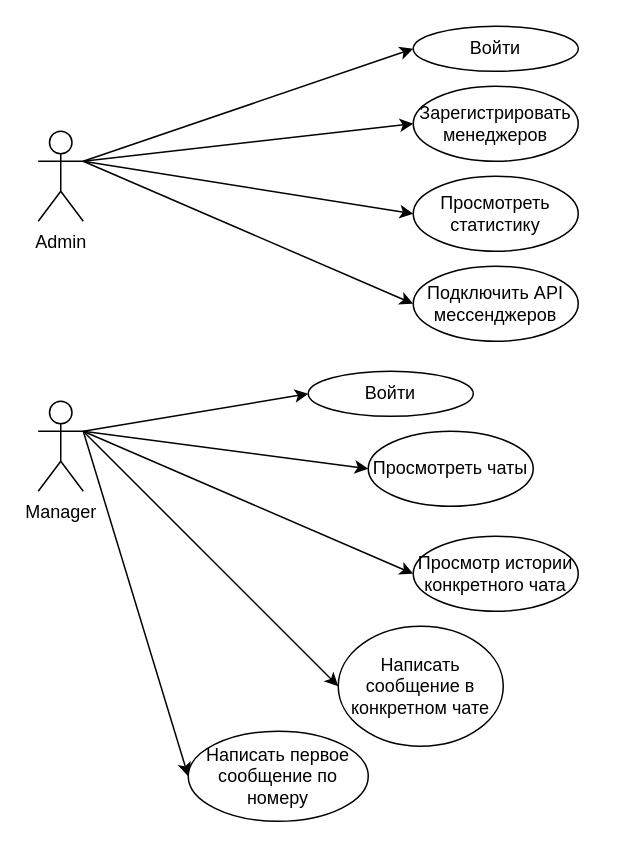
Earlier version of the draw.io diagram Технология разработки программного обеспечения/лабы/1 Диаграмма вариантов использования.drawio (KartoonYoko/7-term). Source tidied: cells renumbered, new cells numbered last; positions are measured from the earlier drawing's top-left corner, leaving out a move shared by most shapes. Both pictures are drawn from the tidied source at 150%, with x=0, y=0 at pixel (38, 26).
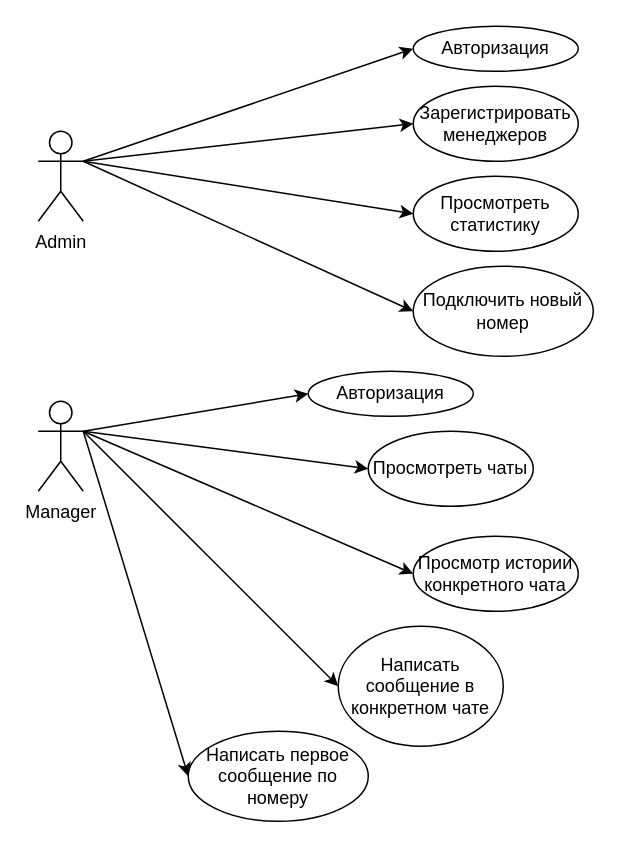
The same page after the edit.

Diff of the diagram source:
```diff
@@
-    <mxCell id="4" value="Войти" style="ellipse;whiteSpace=wrap;html=1;" parent="1" vertex="1">
+    <mxCell id="4" value="Авторизация" style="ellipse;whiteSpace=wrap;html=1;" parent="1" vertex="1">
       <mxGeometry x="250" width="110" height="30" as="geometry" />
     </mxCell>
@@
-    <mxCell id="7" value="Подключить API мессенджеров" style="ellipse;whiteSpace=wrap;html=1;" parent="1" vertex="1">
-      <mxGeometry x="250" y="160" width="110" height="50" as="geometry" />
+    <mxCell id="7" value="Подключить новый номер" style="ellipse;whiteSpace=wrap;html=1;" parent="1" vertex="1">
+      <mxGeometry x="250" y="160" width="120" height="60" as="geometry" />
     </mxCell>
@@
-    <mxCell id="12" value="Войти" style="ellipse;whiteSpace=wrap;html=1;" parent="1" vertex="1">
+    <mxCell id="12" value="Авторизация" style="ellipse;whiteSpace=wrap;html=1;" parent="1" vertex="1">
       <mxGeometry x="180" y="230" width="110" height="30" as="geometry" />
     </mxCell>
```
